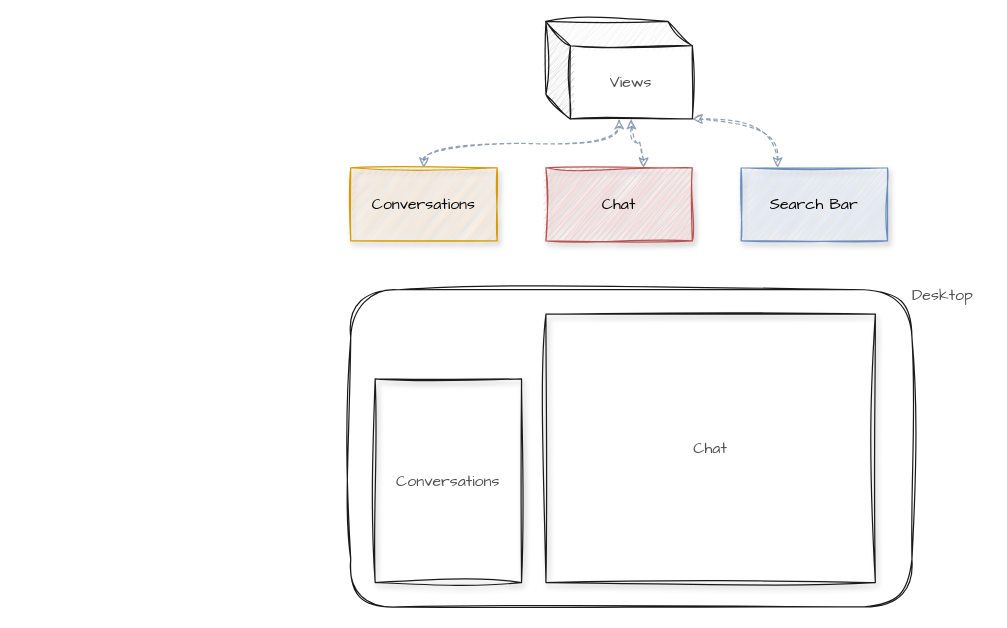
Before: Diagram bez tytułu.drawio in MichalWalczuk/graphs-dev, a draw.io diagram. Source tidied: cells renumbered, new cells numbered last; positions are measured from the earlier drawing's top-left corner, leaving out a move shared by most shapes. Both pictures are drawn from the tidied source at 122%, with x=0, y=0 at pixel (350, 21). Pictures stored in the file or linked from it are replaced by grey dashed boxes.
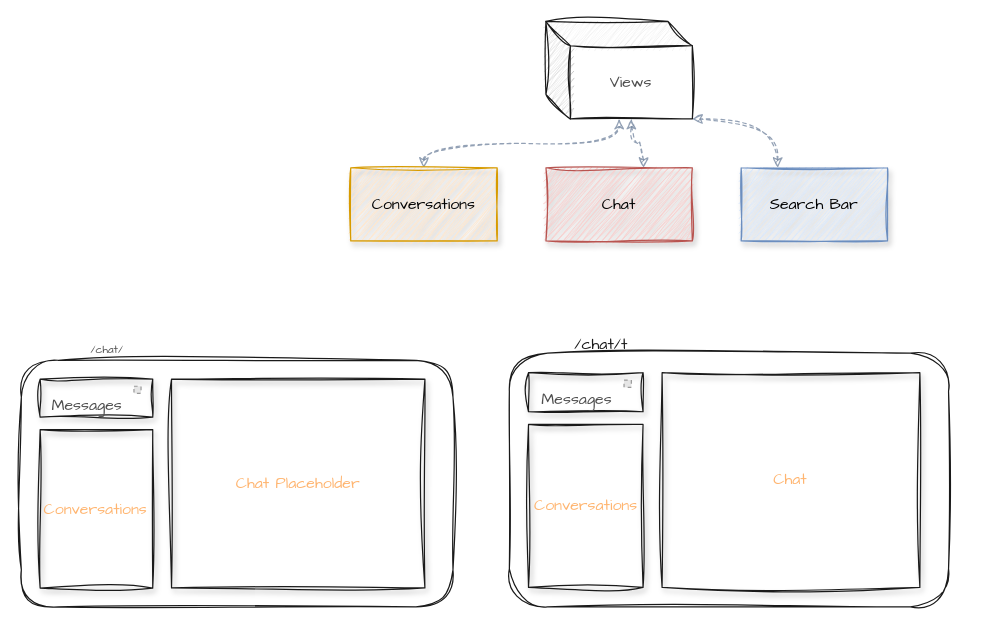
The same page after the edit.

The edit, as a diff of the source:
```diff
@@
+    <mxCell id="13" style="group;" parent="1" vertex="1">
+      <mxGeometry x="-270" y="270" width="400" height="210" as="geometry" />
+    </mxCell>
-    <mxCell id="9" style="whiteSpace=wrap;html=1;rounded=1;shadow=0;glass=1;sketch=1;hachureGap=4;jiggle=2;fillStyle=zigzag;strokeColor=#1A1A1A;fontFamily=Architects Daughter;fontSize=13;fontColor=#4D4D4D;fillColor=none;" parent="1" vertex="1">
-      <mxGeometry y="220" width="460" height="260" as="geometry" />
+    <mxCell id="9" style="whiteSpace=wrap;html=1;rounded=1;shadow=0;glass=1;sketch=1;hachureGap=4;jiggle=2;fillStyle=zigzag;strokeColor=#1A1A1A;fontFamily=Architects Daughter;fontSize=13;fontColor=#4D4D4D;fillColor=none;" parent="13" vertex="1">
+      <mxGeometry y="7.8" width="353.8" height="202.2" as="geometry" />
     </mxCell>
-    <mxCell id="10" value="Desktop" style="text;html=1;align=center;verticalAlign=middle;strokeColor=none;fillColor=none;fontSize=13;fontFamily=Architects Daughter;fontColor=#4D4D4D;sketch=1;hachureGap=4;jiggle=2;" parent="1" vertex="1">
-      <mxGeometry x="450" y="210" width="70" height="30" as="geometry" />
-    </mxCell>
-    <mxCell id="11" value="Chat" style="rounded=0;whiteSpace=wrap;html=1;shadow=1;glass=0;sketch=1;hachureGap=4;jiggle=2;fillStyle=zigzag;strokeColor=#1A1A1A;fontFamily=Architects Daughter;fontSize=13;fontColor=#4D4D4D;fillColor=none;" parent="1" vertex="1">
-      <mxGeometry x="160" y="240" width="270" height="220" as="geometry" />
+    <mxCell id="11" value="&lt;font color=&quot;#FFB570&quot;&gt;Chat Placeholder&lt;/font&gt;" style="rounded=0;whiteSpace=wrap;html=1;shadow=1;glass=0;sketch=1;hachureGap=4;jiggle=2;fillStyle=zigzag;strokeColor=#1A1A1A;fontFamily=Architects Daughter;fontSize=13;fontColor=#4D4D4D;fillColor=none;" parent="13" vertex="1">
+      <mxGeometry x="123.1" y="23.3" width="207.7" height="171.1" as="geometry" />
     </mxCell>
-    <mxCell id="12" value="Conversations" style="rounded=0;whiteSpace=wrap;html=1;shadow=1;glass=0;sketch=1;hachureGap=4;jiggle=2;fillStyle=zigzag;strokeColor=#1A1A1A;fontFamily=Architects Daughter;fontSize=13;fontColor=#4D4D4D;fillColor=none;" parent="1" vertex="1">
-      <mxGeometry x="20" y="293" width="120" height="167" as="geometry" />
+    <mxCell id="12" value="&lt;font color=&quot;#FFB570&quot;&gt;Conversations&lt;/font&gt;" style="rounded=0;whiteSpace=wrap;html=1;shadow=1;glass=0;sketch=1;hachureGap=4;jiggle=2;fillStyle=zigzag;strokeColor=#1A1A1A;fontFamily=Architects Daughter;fontSize=13;fontColor=#4D4D4D;fillColor=none;" parent="13" vertex="1">
+      <mxGeometry x="15.4" y="64.6" width="92.3" height="129.9" as="geometry" />
     </mxCell>
+    <mxCell id="14" style="group;" parent="13" vertex="1">
+      <mxGeometry x="15.4" y="23.3" width="92.3" height="31.1" as="geometry" />
+    </mxCell>
+    <mxCell id="15" style="rounded=0;whiteSpace=wrap;html=1;shadow=1;glass=0;sketch=1;hachureGap=4;jiggle=2;fillStyle=zigzag;strokeColor=#1A1A1A;fontFamily=Architects Daughter;fontSize=13;fontColor=#4D4D4D;fillColor=none;" parent="14" vertex="1">
+      <mxGeometry width="92.3" height="31.1" as="geometry" />
+    </mxCell>
+    <mxCell id="16" style="fillColor=#E6E6E6;strokeColor=#999999;dashed=1;verticalLabelPosition=bottom;labelBackgroundColor=default;verticalAlign=top;" parent="14" vertex="1">
+      <mxGeometry x="76.9" y="5.8" width="5.8" height="5.8" as="geometry" />
+    </mxCell>
+    <mxCell id="17" value="&lt;font style=&quot;font-size: 13px;&quot;&gt;Messages&lt;/font&gt;" style="text;html=1;strokeColor=none;fillColor=none;align=center;verticalAlign=middle;whiteSpace=wrap;rounded=0;shadow=1;glass=0;sketch=1;hachureGap=4;jiggle=2;fillStyle=zigzag;fontFamily=Architects Daughter;fontSize=9;fontColor=#4D4D4D;" parent="14" vertex="1">
+      <mxGeometry x="7.7" y="11.7" width="61.5" height="19.4" as="geometry" />
+    </mxCell>
+    <mxCell id="18" value="/chat/" style="text;html=1;align=center;verticalAlign=middle;strokeColor=none;fillColor=none;fontSize=9;fontFamily=Architects Daughter;fontColor=#4D4D4D;sketch=1;hachureGap=4;jiggle=2;" parent="1" vertex="1">
+      <mxGeometry x="-225" y="260" width="50" height="20" as="geometry" />
+    </mxCell>
+    <mxCell id="19" style="group;" parent="1" vertex="1">
+      <mxGeometry x="130" y="260" width="360" height="220" as="geometry" />
+    </mxCell>
+    <mxCell id="20" style="whiteSpace=wrap;html=1;rounded=1;shadow=0;glass=1;sketch=1;hachureGap=4;jiggle=2;fillStyle=zigzag;strokeColor=#1A1A1A;fontFamily=Architects Daughter;fontSize=13;fontColor=#4D4D4D;fillColor=none;" parent="19" vertex="1">
+      <mxGeometry y="12" width="360" height="208" as="geometry" />
+    </mxCell>
+    <mxCell id="21" value="&lt;font color=&quot;#FFB570&quot;&gt;Chat&lt;/font&gt;" style="rounded=0;whiteSpace=wrap;html=1;shadow=1;glass=0;sketch=1;hachureGap=4;jiggle=2;fillStyle=zigzag;strokeColor=#1A1A1A;fontFamily=Architects Daughter;fontSize=13;fontColor=#4D4D4D;fillColor=none;" parent="19" vertex="1">
+      <mxGeometry x="125.2" y="28" width="211.3" height="176" as="geometry" />
+    </mxCell>
+    <mxCell id="22" value="&lt;font color=&quot;#FFB570&quot;&gt;Conversations&lt;/font&gt;" style="rounded=0;whiteSpace=wrap;html=1;shadow=1;glass=0;sketch=1;hachureGap=4;jiggle=2;fillStyle=zigzag;strokeColor=#1A1A1A;fontFamily=Architects Daughter;fontSize=13;fontColor=#4D4D4D;fillColor=none;" parent="19" vertex="1">
+      <mxGeometry x="15.7" y="70.4" width="93.9" height="133.6" as="geometry" />
+    </mxCell>
+    <mxCell id="23" style="group;" parent="19" vertex="1">
+      <mxGeometry x="15.7" y="28" width="93.9" height="32" as="geometry" />
+    </mxCell>
+    <mxCell id="24" style="rounded=0;whiteSpace=wrap;html=1;shadow=1;glass=0;sketch=1;hachureGap=4;jiggle=2;fillStyle=zigzag;strokeColor=#1A1A1A;fontFamily=Architects Daughter;fontSize=13;fontColor=#4D4D4D;fillColor=none;" parent="23" vertex="1">
+      <mxGeometry width="93.9" height="32" as="geometry" />
+    </mxCell>
+    <mxCell id="25" style="fillColor=#E6E6E6;strokeColor=#999999;dashed=1;verticalLabelPosition=bottom;labelBackgroundColor=default;verticalAlign=top;" parent="23" vertex="1">
+      <mxGeometry x="78.3" y="6" width="6" height="6" as="geometry" />
+    </mxCell>
+    <mxCell id="26" value="&lt;font style=&quot;font-size: 13px;&quot;&gt;Messages&lt;/font&gt;" style="text;html=1;strokeColor=none;fillColor=none;align=center;verticalAlign=middle;whiteSpace=wrap;rounded=0;shadow=1;glass=0;sketch=1;hachureGap=4;jiggle=2;fillStyle=zigzag;fontFamily=Architects Daughter;fontSize=9;fontColor=#4D4D4D;" parent="23" vertex="1">
+      <mxGeometry x="7.8" y="12" width="62.6" height="20" as="geometry" />
+    </mxCell>
+    <mxCell id="27" value="&lt;font color=&quot;#1A1A1A&quot;&gt;/chat/t&lt;/font&gt;" style="text;html=1;align=center;verticalAlign=middle;strokeColor=none;fillColor=none;fontSize=13;fontFamily=Architects Daughter;fontColor=#FFB570;sketch=1;hachureGap=4;jiggle=2;" parent="19" vertex="1">
+      <mxGeometry x="39.6" y="-10" width="70" height="30" as="geometry" />
+    </mxCell>
```
